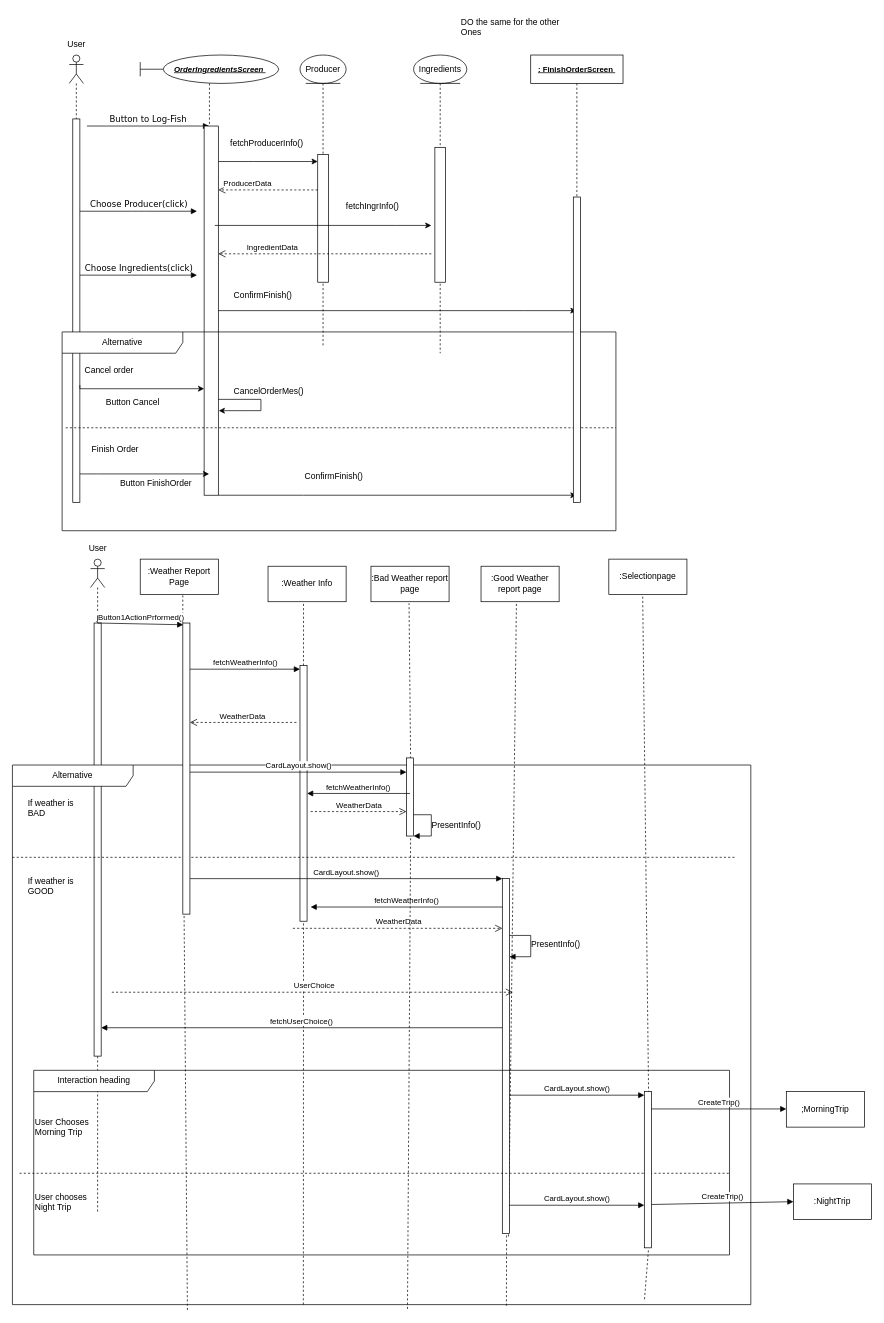
The draw.io diagram Delivarable3/SequenceDiagram/Untitled Diagram.drawio in TMCEID/SoftEngFishApp, before the edit. Source tidied: cells renumbered, new cells numbered last; positions are measured from the earlier drawing's top-left corner, leaving out a move shared by most shapes. Both pictures are drawn from the tidied source at 71%, with x=0, y=0 at pixel (12, 12).
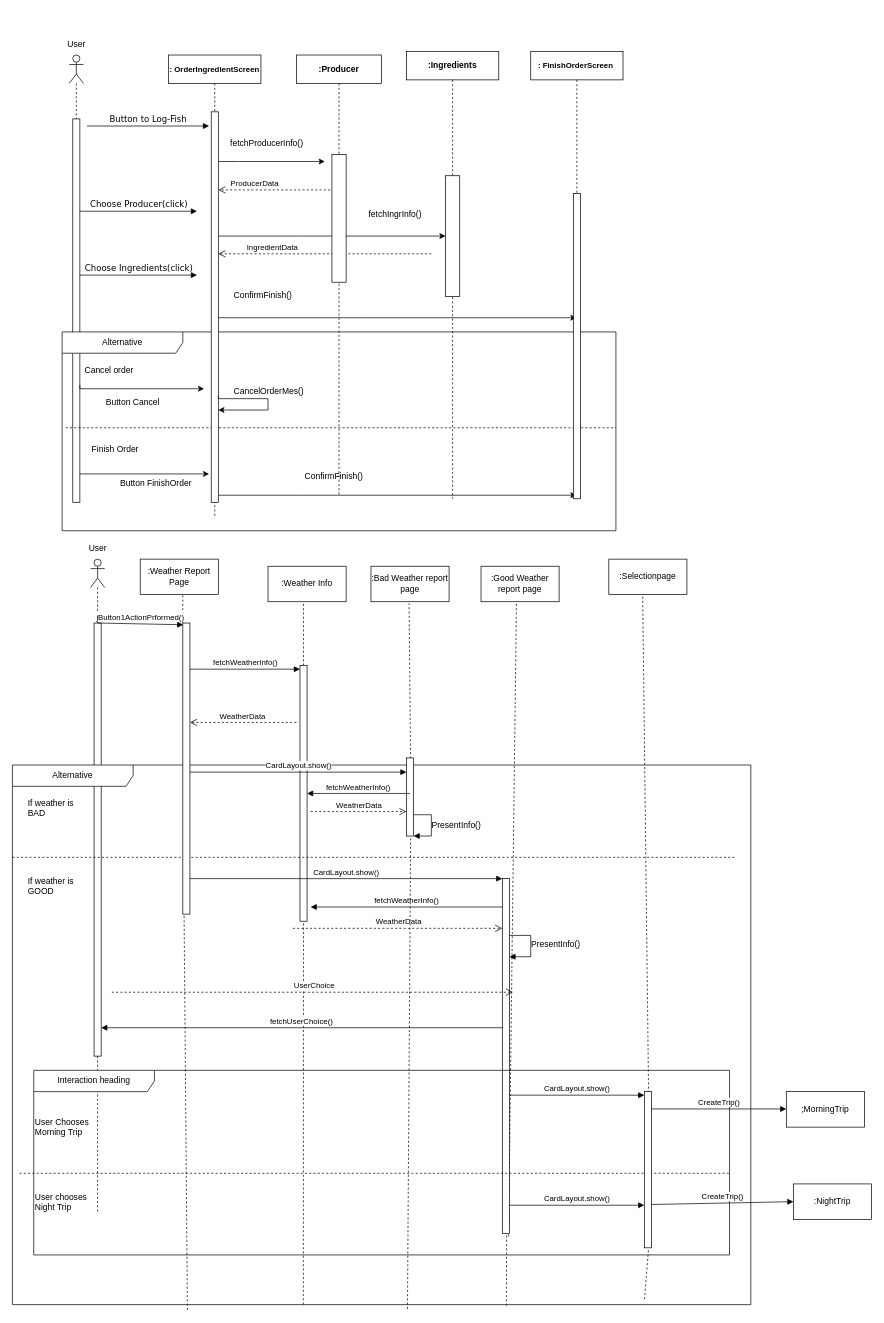
Above is the later version.

Change to the diagram source:
```diff
@@
-    <mxCell id="2" value="Button to Log-Fish" style="html=1;verticalAlign=bottom;endArrow=block;labelBackgroundColor=none;fontFamily=Verdana;fontSize=12;edgeStyle=elbowEdgeStyle;elbow=vertical;" parent="1" edge="1" target="47">
+    <mxCell id="2" value="Button to Log-Fish" style="html=1;verticalAlign=bottom;endArrow=block;labelBackgroundColor=none;fontFamily=Verdana;fontSize=12;edgeStyle=elbowEdgeStyle;elbow=vertical;" parent="1" edge="1">
       <mxGeometry relative="1" as="geometry">
         <mxPoint x="105" y="160" as="sourcePoint" />
+        <mxPoint x="277" y="159.9" as="targetPoint" />
       </mxGeometry>
     </mxCell>
@@
-    <mxCell id="44" value="Ingredients" style="shape=umlLifeline;perimeter=lifelinePerimeter;whiteSpace=wrap;html=1;newEdgeStyle={&quot;curved&quot;:0,&quot;rounded&quot;:0};participant=umlEntity;" parent="1" vertex="1">
-      <mxGeometry x="565" y="60" width="75" height="420" as="geometry" />
-    </mxCell>
-    <mxCell id="45" style="html=1;perimeter=orthogonalPerimeter;targetShapes=umlLifeline;newEdgeStyle={&quot;curved&quot;:0,&quot;rounded&quot;:0};" parent="44" vertex="1">
-      <mxGeometry x="30" y="130" width="15" height="190" as="geometry" />
-    </mxCell>
-    <mxCell id="46" style="edgeStyle=orthogonalEdgeStyle;rounded=0;jettySize=auto;html=1;curved=0;" parent="1" edge="1" source="48">
+    <mxCell id="46" style="edgeStyle=orthogonalEdgeStyle;rounded=0;orthogonalLoop=1;jettySize=auto;html=1;curved=0;" parent="1" edge="1">
       <mxGeometry relative="1" as="geometry">
-        <mxPoint x="430" y="210" as="targetPoint" />
+        <mxPoint x="290" y="210" as="sourcePoint" />
+        <mxPoint x="440" y="210" as="targetPoint" />
         <Array as="points">
-          <mxPoint x="340" y="210" />
-          <mxPoint x="340" y="210" />
+          <mxPoint x="320" y="210" />
+          <mxPoint x="320" y="210" />
         </Array>
       </mxGeometry>
     </mxCell>
-    <mxCell id="47" value="&amp;nbsp;&amp;nbsp;&amp;nbsp;&amp;nbsp;&amp;nbsp;&amp;nbsp;&amp;nbsp;&amp;nbsp; &lt;font style=&quot;font-size: 11px;&quot;&gt;&lt;b&gt;&lt;i&gt;&lt;u&gt;OrderIngredientsScreen&amp;nbsp; &lt;br&gt;&lt;/u&gt;&lt;/i&gt;&lt;/b&gt;&lt;/font&gt;" style="shape=umlLifeline;perimeter=lifelinePerimeter;whiteSpace=wrap;html=1;outlineConnect=0;portConstraint=eastwest;newEdgeStyle={&quot;curved&quot;:0,&quot;rounded&quot;:0};participant=umlBoundary;" parent="1" vertex="1">
-      <mxGeometry x="180" y="60" width="195" height="620" as="geometry" />
-    </mxCell>
-    <mxCell id="48" style="html=1;points=[[0,0,0,0,5],[0,1,0,0,-5],[1,0,0,0,5],[1,1,0,0,-5]];perimeter=orthogonalPerimeter;outlineConnect=0;targetShapes=umlLifeline;portConstraint=eastwest;newEdgeStyle={&quot;curved&quot;:0,&quot;rounded&quot;:0};" parent="47" vertex="1">
-      <mxGeometry x="90" y="100" width="20" height="520" as="geometry" />
-    </mxCell>
-    <mxCell id="49" style="edgeStyle=orthogonalEdgeStyle;rounded=0;orthogonalLoop=1;jettySize=auto;html=1;curved=0;entryX=1.031;entryY=0.771;entryDx=0;entryDy=0;entryPerimeter=0;" parent="47" edge="1" source="48" target="48">
-      <mxGeometry relative="1" as="geometry">
-        <Array as="points">
-          <mxPoint x="170" y="485" />
-        </Array>
-      </mxGeometry>
-    </mxCell>
-    <mxCell id="50" value="Producer" style="shape=umlLifeline;perimeter=lifelinePerimeter;whiteSpace=wrap;html=1;newEdgeStyle={&quot;curved&quot;:0,&quot;rounded&quot;:0};participant=umlEntity;" parent="1" vertex="1">
-      <mxGeometry x="405" y="60" width="65" height="410" as="geometry" />
-    </mxCell>
-    <mxCell id="51" style="html=1;points=[[0,0,0,0,5],[0,1,0,0,-5],[1,0,0,0,5],[1,1,0,0,-5]];perimeter=orthogonalPerimeter;outlineConnect=0;targetShapes=umlLifeline;portConstraint=eastwest;newEdgeStyle={&quot;curved&quot;:0,&quot;rounded&quot;:0};" parent="50" vertex="1">
-      <mxGeometry x="25" y="140" width="15" height="180" as="geometry" />
-    </mxCell>
@@
     <mxCell id="54" value="fetchIngrInfo()" style="text;whiteSpace=wrap;html=1;" parent="1" vertex="1">
-      <mxGeometry x="468" y="260" width="82" height="30" as="geometry" />
+      <mxGeometry x="500" y="270" width="82" height="30" as="geometry" />
     </mxCell>
-    <mxCell id="55" style="edgeStyle=orthogonalEdgeStyle;rounded=0;orthogonalLoop=1;jettySize=auto;html=1;curved=0;" parent="1" edge="1">
+    <mxCell id="55" style="edgeStyle=orthogonalEdgeStyle;rounded=0;jettySize=auto;html=1;curved=0;" parent="1" edge="1" target="88">
       <mxGeometry relative="1" as="geometry">
-        <mxPoint x="285" y="300" as="sourcePoint" />
-        <mxPoint x="590" y="300" as="targetPoint" />
+        <mxPoint x="290" y="315" as="sourcePoint" />
         <Array as="points">
-          <mxPoint x="540" y="300" />
-          <mxPoint x="540" y="300" />
+          <mxPoint x="410" y="315" />
+          <mxPoint x="410" y="315" />
         </Array>
       </mxGeometry>
     </mxCell>
-    <mxCell id="56" value="ProducerData" style="html=1;verticalAlign=bottom;endArrow=open;dashed=1;endSize=8;curved=0;rounded=0;exitX=0;exitY=0.278;exitDx=0;exitDy=0;exitPerimeter=0;" parent="1" edge="1" source="51">
+    <mxCell id="56" value="ProducerData" style="html=1;verticalAlign=bottom;endArrow=open;dashed=1;endSize=8;curved=0;rounded=0;" parent="1" edge="1" source="89">
       <mxGeometry x="0.41" relative="1" as="geometry">
         <mxPoint x="290" y="250" as="targetPoint" />
       </mxGeometry>
     </mxCell>
@@
-    <mxCell id="63" style="edgeStyle=orthogonalEdgeStyle;rounded=0;jettySize=auto;html=1;curved=0;" parent="1" edge="1" source="48" target="76">
+    <mxCell id="63" style="edgeStyle=orthogonalEdgeStyle;rounded=0;jettySize=auto;html=1;curved=0;" parent="1" edge="1" target="76">
       <mxGeometry relative="1" as="geometry">
+        <mxPoint x="290" y="430" as="sourcePoint" />
         <Array as="points">
-          <mxPoint x="720" y="420" />
-          <mxPoint x="720" y="420" />
+          <mxPoint x="500" y="430" />
+          <mxPoint x="500" y="430" />
         </Array>
       </mxGeometry>
     </mxCell>
@@
-    <mxCell id="65" style="edgeStyle=orthogonalEdgeStyle;rounded=0;jettySize=auto;html=1;curved=0;" parent="1" edge="1" target="48">
+    <mxCell id="65" style="edgeStyle=orthogonalEdgeStyle;rounded=0;orthogonalLoop=1;jettySize=auto;html=1;curved=0;" parent="1" edge="1">
       <mxGeometry relative="1" as="geometry">
         <mxPoint x="95" y="525" as="sourcePoint" />
+        <mxPoint x="270" y="530" as="targetPoint" />
         <Array as="points">
           <mxPoint x="95" y="530" />
         </Array>
       </mxGeometry>
     </mxCell>
@@
-    <mxCell id="75" style="edgeStyle=orthogonalEdgeStyle;rounded=0;jettySize=auto;html=1;curved=0;" parent="1" edge="1" source="48" target="76">
+    <mxCell id="75" style="edgeStyle=orthogonalEdgeStyle;rounded=0;jettySize=auto;html=1;curved=0;" parent="1" edge="1" target="76">
       <mxGeometry relative="1" as="geometry">
+        <mxPoint x="290" y="680" as="sourcePoint" />
         <Array as="points">
           <mxPoint x="410" y="680" />
           <mxPoint x="410" y="680" />
         </Array>
       </mxGeometry>
     </mxCell>
-    <mxCell id="76" value="&lt;b&gt;&lt;font style=&quot;font-size: 11px;&quot;&gt;&lt;u&gt;: FinishOrderScreen&amp;nbsp; &lt;br&gt;&lt;/u&gt;&lt;/font&gt;&lt;/b&gt;" style="shape=umlLifeline;perimeter=lifelinePerimeter;whiteSpace=wrap;html=1;outlineConnect=0;portConstraint=eastwest;newEdgeStyle={&quot;curved&quot;:0,&quot;rounded&quot;:0};" parent="1" vertex="1">
-      <mxGeometry x="730" y="60" width="130" height="630" as="geometry" />
+    <mxCell id="76" value="&lt;b&gt;&lt;font style=&quot;font-size: 11px;&quot;&gt;: FinishOrderScreen&amp;nbsp; &lt;br&gt;&lt;/font&gt;&lt;/b&gt;" style="shape=umlLifeline;perimeter=lifelinePerimeter;whiteSpace=wrap;html=1;outlineConnect=0;portConstraint=eastwest;newEdgeStyle={&quot;curved&quot;:0,&quot;rounded&quot;:0};" parent="1" vertex="1">
+      <mxGeometry x="730" y="55" width="130" height="630" as="geometry" />
     </mxCell>
@@
-    <mxCell id="79" value="DO the same for the other Ones" style="text;whiteSpace=wrap;html=1;" parent="1" vertex="1">
-      <mxGeometry x="630" width="150" height="30" as="geometry" />
-    </mxCell>
@@
+    <mxCell id="87" value="&lt;b&gt;:Ingredients&lt;/b&gt;" style="shape=umlLifeline;perimeter=lifelinePerimeter;whiteSpace=wrap;html=1;newEdgeStyle={&quot;curved&quot;:0,&quot;rounded&quot;:0};" parent="1" vertex="1">
+      <mxGeometry x="555" y="55" width="130" height="630" as="geometry" />
+    </mxCell>
+    <mxCell id="88" style="html=1;points=[[0,0,0,0,5],[0,1,0,0,-5],[1,0,0,0,5],[1,1,0,0,-5]];perimeter=orthogonalPerimeter;outlineConnect=0;targetShapes=umlLifeline;portConstraint=eastwest;newEdgeStyle={&quot;curved&quot;:0,&quot;rounded&quot;:0};" parent="87" vertex="1">
+      <mxGeometry x="55" y="175" width="20" height="170" as="geometry" />
+    </mxCell>
+    <mxCell id="89" value="&lt;b&gt;:Producer&lt;/b&gt;" style="shape=umlLifeline;perimeter=lifelinePerimeter;whiteSpace=wrap;html=1;outlineConnect=0;portConstraint=eastwest;newEdgeStyle={&quot;curved&quot;:0,&quot;rounded&quot;:0};" parent="1" vertex="1">
+      <mxGeometry x="400" y="60" width="120" height="620" as="geometry" />
+    </mxCell>
+    <mxCell id="90" style="html=1;perimeter=orthogonalPerimeter;targetShapes=umlLifeline;newEdgeStyle={&quot;curved&quot;:0,&quot;rounded&quot;:0};" parent="89" vertex="1">
+      <mxGeometry x="50" y="140" width="20" height="180" as="geometry" />
+    </mxCell>
+    <mxCell id="91" value="&lt;b&gt;&lt;font style=&quot;font-size: 11px;&quot;&gt;: OrderIngredientScreen&lt;/font&gt;&lt;/b&gt;" style="shape=umlLifeline;perimeter=lifelinePerimeter;whiteSpace=wrap;html=1;newEdgeStyle={&quot;curved&quot;:0,&quot;rounded&quot;:0};" parent="1" vertex="1">
+      <mxGeometry x="220" y="60" width="130" height="650" as="geometry" />
+    </mxCell>
+    <mxCell id="92" style="html=1;points=[[0,0,0,0,5],[0,1,0,0,-5],[1,0,0,0,5],[1,1,0,0,-5]];perimeter=orthogonalPerimeter;outlineConnect=0;targetShapes=umlLifeline;portConstraint=eastwest;newEdgeStyle={&quot;curved&quot;:0,&quot;rounded&quot;:0};" parent="91" vertex="1">
+      <mxGeometry x="60" y="80" width="10" height="550" as="geometry" />
+    </mxCell>
+    <mxCell id="49" style="edgeStyle=orthogonalEdgeStyle;rounded=0;orthogonalLoop=1;jettySize=auto;html=1;curved=0;exitX=1;exitY=0.727;exitDx=0;exitDy=0;exitPerimeter=0;" parent="91" edge="1" source="92" target="92">
+      <mxGeometry relative="1" as="geometry">
+        <Array as="points">
+          <mxPoint x="70" y="484" />
+          <mxPoint x="140" y="484" />
+          <mxPoint x="140" y="500" />
+        </Array>
+      </mxGeometry>
+    </mxCell>
```
